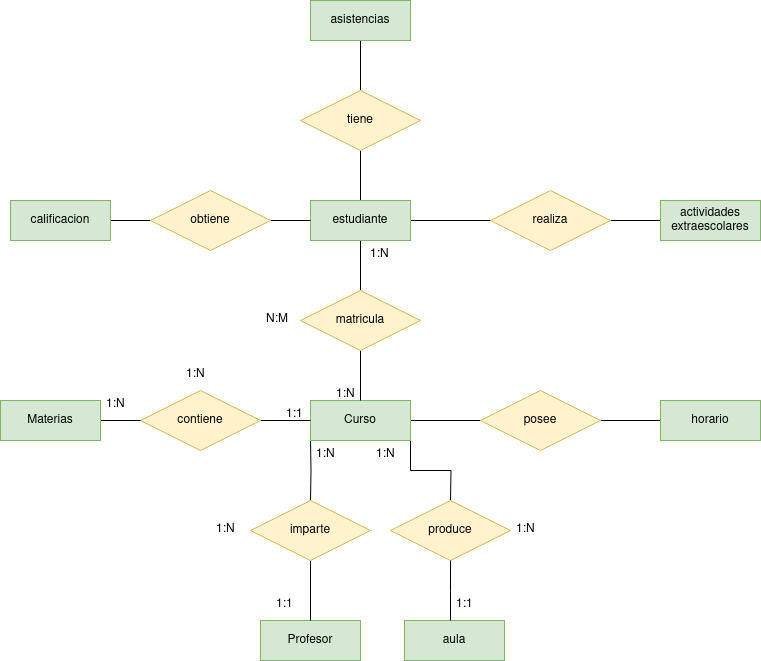
jdrguez/2-Daw keeps this draw.io diagram as Unidad-1/Tareas/Tarea-8/tarea8.drawio.png. Above is the earlier version. Source tidied: cells renumbered, new cells last; positions are measured from the earlier drawing's top-left corner, leaving out a move shared by most shapes.
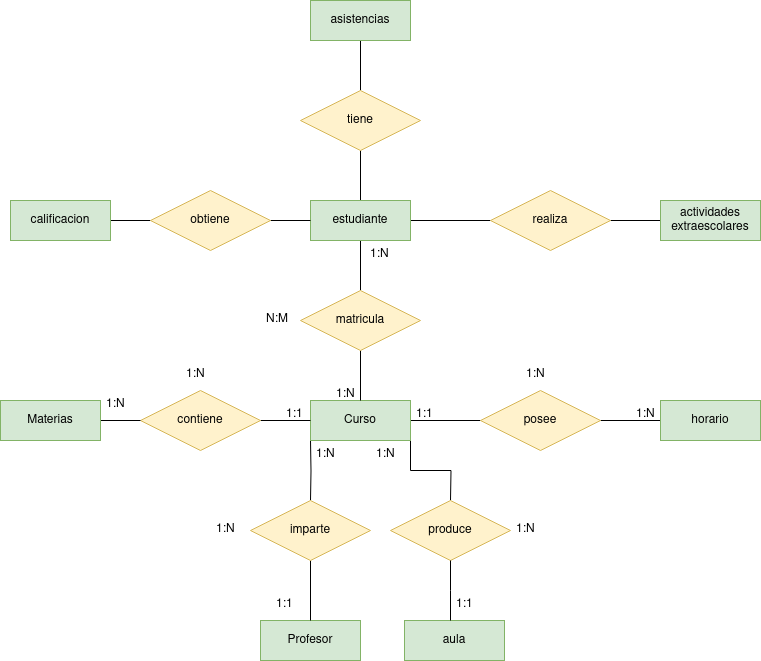
Later version of the same file.

Diff of the diagram source:
```diff
@@ -143,5 +143,14 @@
     <mxCell id="46" value="1:N" style="text;strokeColor=none;fillColor=none;spacingLeft=4;spacingRight=4;overflow=hidden;fontSize=12;whiteSpace=wrap;html=1;" parent="1" vertex="1">
       <mxGeometry x="180" y="360" width="40" height="30" as="geometry" />
     </mxCell>
+    <mxCell id="47" value="1:N" style="text;strokeColor=none;fillColor=none;spacingLeft=4;spacingRight=4;overflow=hidden;fontSize=12;whiteSpace=wrap;html=1;" parent="1" vertex="1">
+      <mxGeometry x="630" y="400" width="40" height="30" as="geometry" />
+    </mxCell>
+    <mxCell id="48" value="1:1" style="text;strokeColor=none;fillColor=none;spacingLeft=4;spacingRight=4;overflow=hidden;fontSize=12;whiteSpace=wrap;html=1;" parent="1" vertex="1">
+      <mxGeometry x="410" y="400" width="40" height="30" as="geometry" />
+    </mxCell>
+    <mxCell id="49" value="1:N" style="text;strokeColor=none;fillColor=none;spacingLeft=4;spacingRight=4;overflow=hidden;fontSize=12;whiteSpace=wrap;html=1;" parent="1" vertex="1">
+      <mxGeometry x="520" y="360" width="40" height="30" as="geometry" />
+    </mxCell>
   </root>
 </mxGraphModel>
```
